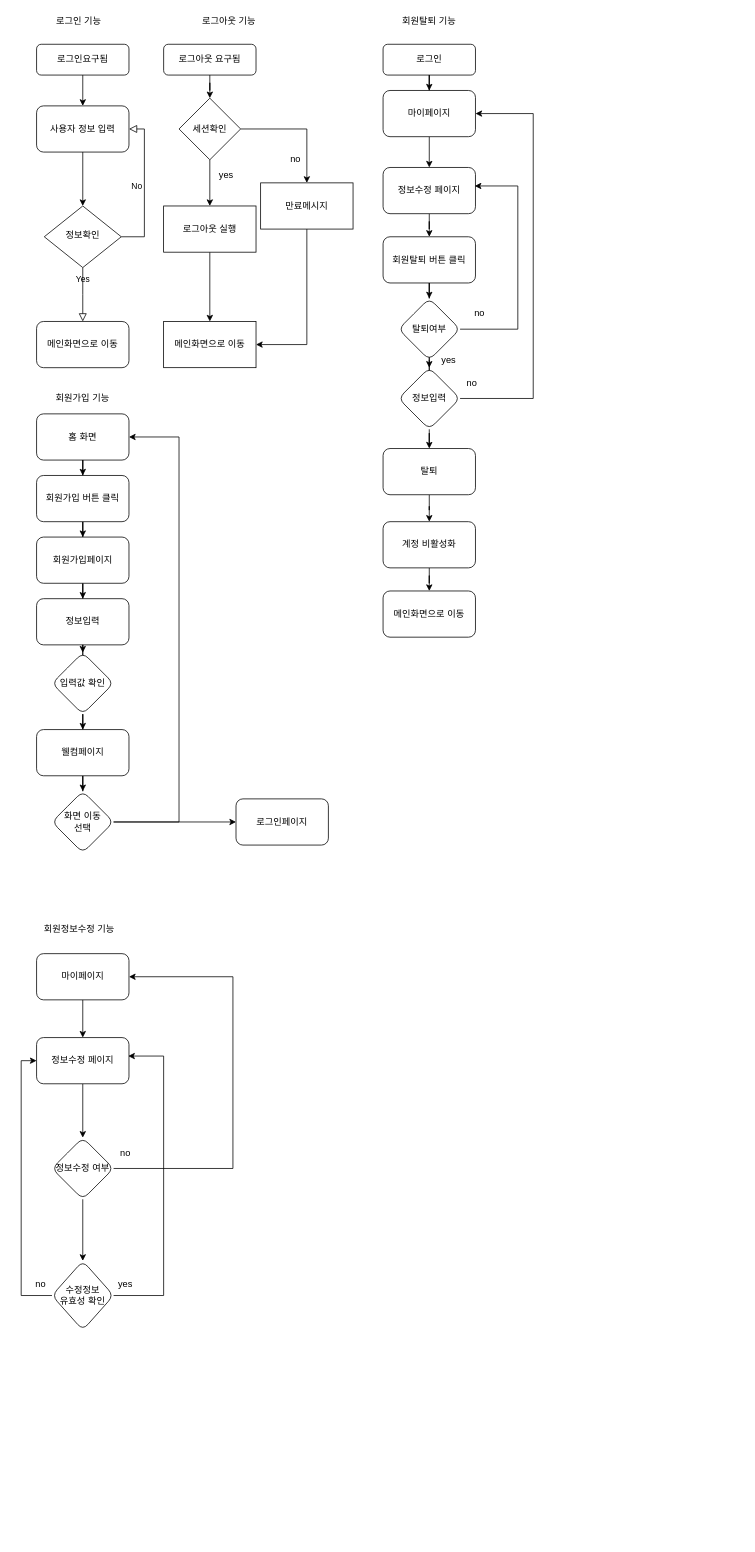
Before: Untitled Diagram.drawio in dahun428/FOR2, a draw.io diagram. Source tidied: cells renumbered, new cells numbered last; positions are measured from the earlier drawing's top-left corner, leaving out a move shared by most shapes. Both pictures are drawn from the tidied source at 77%, with x=0, y=0 at pixel (13, 13).
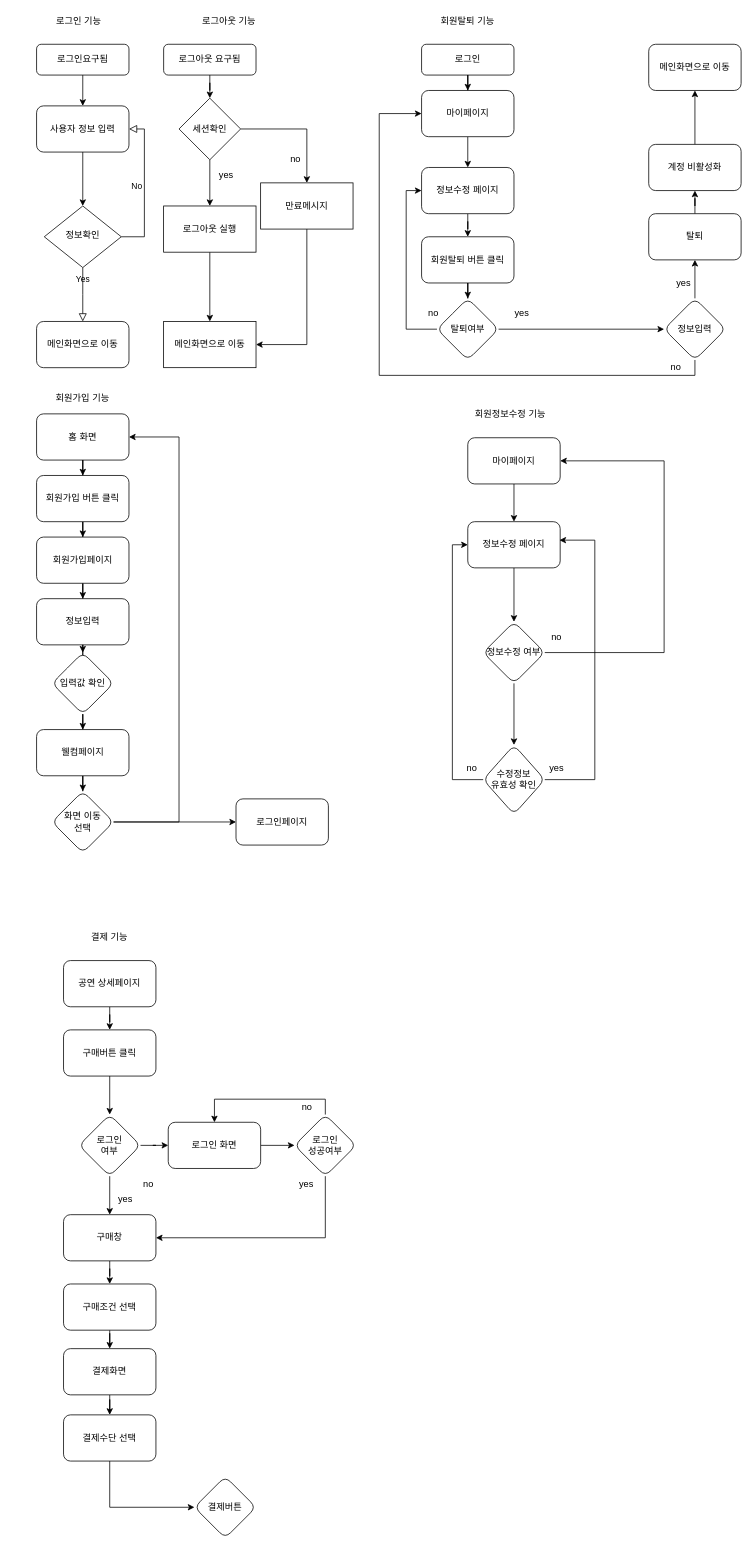
The same page after the edit.

What changed in the source:
```diff
@@
     <mxCell id="24" value="회원탈퇴 기능" style="text;html=1;strokeColor=none;fillColor=none;align=center;verticalAlign=middle;whiteSpace=wrap;rounded=0;" parent="1" vertex="1">
-      <mxGeometry x="455" width="170" height="20" as="geometry" />
+      <mxGeometry x="505" width="170" height="20" as="geometry" />
     </mxCell>
@@
     <mxCell id="26" value="로그인" style="rounded=1;whiteSpace=wrap;html=1;fontSize=12;glass=0;strokeWidth=1;shadow=0;" parent="1" vertex="1">
-      <mxGeometry x="480" y="40" width="120" height="40" as="geometry" />
+      <mxGeometry x="530" y="40" width="120" height="40" as="geometry" />
     </mxCell>
@@
     <mxCell id="28" value="마이페이지" style="whiteSpace=wrap;html=1;rounded=1;shadow=0;strokeWidth=1;glass=0;" parent="1" vertex="1">
-      <mxGeometry x="480" y="100" width="120" height="60" as="geometry" />
+      <mxGeometry x="530" y="100" width="120" height="60" as="geometry" />
     </mxCell>
@@
     <mxCell id="30" value="정보수정 페이지" style="whiteSpace=wrap;html=1;rounded=1;shadow=0;strokeWidth=1;glass=0;" parent="1" vertex="1">
-      <mxGeometry x="480" y="200" width="120" height="60" as="geometry" />
+      <mxGeometry x="530" y="200" width="120" height="60" as="geometry" />
     </mxCell>
@@
     <mxCell id="32" value="회원탈퇴 버튼 클릭" style="whiteSpace=wrap;html=1;rounded=1;shadow=0;strokeWidth=1;glass=0;" parent="1" vertex="1">
-      <mxGeometry x="480" y="290" width="120" height="60" as="geometry" />
+      <mxGeometry x="530" y="290" width="120" height="60" as="geometry" />
     </mxCell>
-    <mxCell id="33" style="edgeStyle=orthogonalEdgeStyle;rounded=0;jettySize=auto;html=1;" parent="1" edge="1" source="35" target="38">
+    <mxCell id="33" style="edgeStyle=orthogonalEdgeStyle;rounded=0;jettySize=auto;html=1;exitX=1;exitY=0.5;exitDx=0;exitDy=0;entryX=0;entryY=0.5;entryDx=0;entryDy=0;" parent="1" edge="1" source="35" target="38">
       <mxGeometry relative="1" as="geometry" />
     </mxCell>
-    <mxCell id="34" style="edgeStyle=orthogonalEdgeStyle;rounded=0;jettySize=auto;html=1;exitX=1;exitY=0.5;exitDx=0;exitDy=0;entryX=0.992;entryY=0.4;entryDx=0;entryDy=0;entryPerimeter=0;" parent="1" edge="1" source="35" target="30">
-      <mxGeometry relative="1" as="geometry">
-        <Array as="points">
-          <mxPoint x="655" y="410" />
-          <mxPoint x="655" y="224" />
-        </Array>
-      </mxGeometry>
+    <mxCell id="34" style="edgeStyle=orthogonalEdgeStyle;rounded=0;jettySize=auto;html=1;exitX=0;exitY=0.5;exitDx=0;exitDy=0;entryX=0;entryY=0.5;entryDx=0;entryDy=0;" parent="1" edge="1" source="35" target="30">
+      <mxGeometry relative="1" as="geometry" />
     </mxCell>
     <mxCell id="35" value="탈퇴여부" style="rhombus;whiteSpace=wrap;html=1;rounded=1;shadow=0;strokeWidth=1;glass=0;" parent="1" vertex="1">
-      <mxGeometry x="500" y="370" width="80" height="80" as="geometry" />
+      <mxGeometry x="550" y="370" width="80" height="80" as="geometry" />
     </mxCell>
+    <mxCell id="37" style="edgeStyle=orthogonalEdgeStyle;rounded=0;jettySize=auto;html=1;" parent="1" edge="1" source="38" target="42">
+      <mxGeometry relative="1" as="geometry" />
+    </mxCell>
-    <mxCell id="36" style="edgeStyle=orthogonalEdgeStyle;rounded=0;jettySize=auto;html=1;exitX=1;exitY=0.5;exitDx=0;exitDy=0;entryX=1;entryY=0.5;entryDx=0;entryDy=0;" parent="1" edge="1" source="38" target="28">
+    <mxCell id="36" style="edgeStyle=orthogonalEdgeStyle;rounded=0;jettySize=auto;html=1;entryX=0;entryY=0.5;entryDx=0;entryDy=0;" parent="1" edge="1" source="38" target="28">
       <mxGeometry relative="1" as="geometry">
         <Array as="points">
-          <mxPoint x="675" y="500" />
-          <mxPoint x="675" y="130" />
+          <mxPoint x="885" y="470" />
+          <mxPoint x="475" y="470" />
+          <mxPoint x="475" y="130" />
         </Array>
       </mxGeometry>
     </mxCell>
-    <mxCell id="37" style="edgeStyle=orthogonalEdgeStyle;rounded=0;jettySize=auto;html=1;" parent="1" edge="1" source="38" target="42">
-      <mxGeometry relative="1" as="geometry" />
-    </mxCell>
     <mxCell id="38" value="정보입력" style="rhombus;whiteSpace=wrap;html=1;rounded=1;shadow=0;strokeWidth=1;glass=0;" parent="1" vertex="1">
-      <mxGeometry x="500" y="460" width="80" height="80" as="geometry" />
+      <mxGeometry x="845" y="370" width="80" height="80" as="geometry" />
     </mxCell>
     <mxCell id="39" value="yes" style="text;html=1;align=center;verticalAlign=middle;" parent="1" vertex="1">
-      <mxGeometry x="550" y="440" width="30" height="20" as="geometry" />
+      <mxGeometry x="645" y="380" width="30" height="20" as="geometry" />
     </mxCell>
     <mxCell id="40" value="no" style="text;html=1;align=center;verticalAlign=middle;" parent="1" vertex="1">
-      <mxGeometry x="580" y="470" width="30" height="20" as="geometry" />
+      <mxGeometry x="530" y="380" width="30" height="20" as="geometry" />
     </mxCell>
@@
     <mxCell id="42" value="탈퇴" style="whiteSpace=wrap;html=1;rounded=1;shadow=0;strokeWidth=1;glass=0;" parent="1" vertex="1">
-      <mxGeometry x="480" y="565" width="120" height="60" as="geometry" />
+      <mxGeometry x="825" y="260" width="120" height="60" as="geometry" />
     </mxCell>
@@
     <mxCell id="44" value="계정 비활성화" style="whiteSpace=wrap;html=1;rounded=1;shadow=0;strokeWidth=1;glass=0;" parent="1" vertex="1">
-      <mxGeometry x="480" y="660" width="120" height="60" as="geometry" />
+      <mxGeometry x="825" y="170" width="120" height="60" as="geometry" />
     </mxCell>
     <mxCell id="45" value="메인화면으로 이동" style="whiteSpace=wrap;html=1;rounded=1;shadow=0;strokeWidth=1;glass=0;" parent="1" vertex="1">
-      <mxGeometry x="480" y="750" width="120" height="60" as="geometry" />
+      <mxGeometry x="825" y="40" width="120" height="60" as="geometry" />
     </mxCell>
     <mxCell id="46" value="no" style="text;html=1;align=center;verticalAlign=middle;" parent="1" vertex="1">
-      <mxGeometry x="590" y="380" width="30" height="20" as="geometry" />
+      <mxGeometry x="845" y="450" width="30" height="20" as="geometry" />
     </mxCell>
@@
     <mxCell id="65" value="마이페이지" style="rounded=1;whiteSpace=wrap;html=1;" parent="1" vertex="1">
-      <mxGeometry x="30" y="1221" width="120" height="60" as="geometry" />
+      <mxGeometry x="590" y="551" width="120" height="60" as="geometry" />
     </mxCell>
     <mxCell id="66" value="회원정보수정 기능" style="text;html=1;align=center;verticalAlign=middle;" parent="1" vertex="1">
-      <mxGeometry x="30" y="1180" width="110" height="20" as="geometry" />
+      <mxGeometry x="590" y="510" width="110" height="20" as="geometry" />
     </mxCell>
@@
     <mxCell id="68" value="정보수정 페이지" style="whiteSpace=wrap;html=1;rounded=1;" parent="1" vertex="1">
-      <mxGeometry x="30" y="1330" width="120" height="60" as="geometry" />
+      <mxGeometry x="590" y="660" width="120" height="60" as="geometry" />
     </mxCell>
     <mxCell id="69" style="edgeStyle=orthogonalEdgeStyle;rounded=0;jettySize=auto;html=1;exitX=1;exitY=0.5;exitDx=0;exitDy=0;entryX=1;entryY=0.5;entryDx=0;entryDy=0;" parent="1" edge="1" source="71" target="65">
       <mxGeometry relative="1" as="geometry">
         <Array as="points">
-          <mxPoint x="285" y="1500" />
-          <mxPoint x="285" y="1251" />
+          <mxPoint x="845" y="830" />
+          <mxPoint x="845" y="581" />
         </Array>
       </mxGeometry>
     </mxCell>
@@
     <mxCell id="71" value="정보수정 여부" style="rhombus;whiteSpace=wrap;html=1;rounded=1;" parent="1" vertex="1">
-      <mxGeometry x="50" y="1460" width="80" height="80" as="geometry" />
+      <mxGeometry x="610" y="790" width="80" height="80" as="geometry" />
     </mxCell>
     <mxCell id="72" value="no" style="text;html=1;align=center;verticalAlign=middle;" parent="1" vertex="1">
-      <mxGeometry x="130" y="1470" width="30" height="20" as="geometry" />
+      <mxGeometry x="690" y="800" width="30" height="20" as="geometry" />
     </mxCell>
@@
     <mxCell id="74" style="edgeStyle=orthogonalEdgeStyle;rounded=0;jettySize=auto;html=1;exitX=1;exitY=0.5;exitDx=0;exitDy=0;entryX=0.992;entryY=0.4;entryDx=0;entryDy=0;entryPerimeter=0;" parent="1" edge="1" source="75" target="68">
       <mxGeometry relative="1" as="geometry">
         <Array as="points">
-          <mxPoint x="195" y="1665" />
-          <mxPoint x="195" y="1354" />
+          <mxPoint x="755" y="995" />
+          <mxPoint x="755" y="684" />
         </Array>
       </mxGeometry>
     </mxCell>
     <mxCell id="75" value="수정정보&lt;br&gt;유효성 확인" style="rhombus;whiteSpace=wrap;html=1;rounded=1;" parent="1" vertex="1">
-      <mxGeometry x="50" y="1620" width="80" height="90" as="geometry" />
+      <mxGeometry x="610" y="950" width="80" height="90" as="geometry" />
     </mxCell>
     <mxCell id="76" value="no" style="text;html=1;align=center;verticalAlign=middle;" parent="1" vertex="1">
-      <mxGeometry x="20" y="1640" width="30" height="20" as="geometry" />
+      <mxGeometry x="580" y="970" width="30" height="20" as="geometry" />
     </mxCell>
     <mxCell id="77" value="yes" style="text;html=1;align=center;verticalAlign=middle;" parent="1" vertex="1">
-      <mxGeometry x="130" y="1640" width="30" height="20" as="geometry" />
+      <mxGeometry x="690" y="970" width="30" height="20" as="geometry" />
     </mxCell>
+    <mxCell id="78" value="yes" style="text;html=1;align=center;verticalAlign=middle;" parent="1" vertex="1">
+      <mxGeometry x="855" y="340" width="30" height="20" as="geometry" />
+    </mxCell>
+    <mxCell id="79" style="edgeStyle=orthogonalEdgeStyle;rounded=0;jettySize=auto;html=1;" parent="1" edge="1" source="80" target="83">
+      <mxGeometry relative="1" as="geometry" />
+    </mxCell>
+    <mxCell id="80" value="공연 상세페이지" style="rounded=1;whiteSpace=wrap;html=1;" parent="1" vertex="1">
+      <mxGeometry x="65" y="1230" width="120" height="60" as="geometry" />
+    </mxCell>
+    <mxCell id="81" value="결제 기능" style="text;html=1;strokeColor=none;fillColor=none;align=center;verticalAlign=middle;whiteSpace=wrap;rounded=0;" parent="1" vertex="1">
+      <mxGeometry x="95" y="1190" width="60" height="20" as="geometry" />
+    </mxCell>
+    <mxCell id="82" style="edgeStyle=orthogonalEdgeStyle;rounded=0;jettySize=auto;html=1;" parent="1" edge="1" source="83" target="86">
+      <mxGeometry relative="1" as="geometry" />
+    </mxCell>
+    <mxCell id="83" value="구매버튼 클릭" style="whiteSpace=wrap;html=1;rounded=1;" parent="1" vertex="1">
+      <mxGeometry x="65" y="1320" width="120" height="60" as="geometry" />
+    </mxCell>
+    <mxCell id="84" style="edgeStyle=orthogonalEdgeStyle;rounded=0;jettySize=auto;html=1;" parent="1" edge="1" source="86" target="88">
+      <mxGeometry relative="1" as="geometry" />
+    </mxCell>
+    <mxCell id="85" style="edgeStyle=orthogonalEdgeStyle;rounded=0;jettySize=auto;html=1;" parent="1" edge="1" source="86" target="91">
+      <mxGeometry relative="1" as="geometry" />
+    </mxCell>
+    <mxCell id="86" value="로그인&lt;br&gt;여부" style="rhombus;whiteSpace=wrap;html=1;rounded=1;" parent="1" vertex="1">
+      <mxGeometry x="85" y="1430" width="80" height="80" as="geometry" />
+    </mxCell>
+    <mxCell id="87" style="edgeStyle=orthogonalEdgeStyle;rounded=0;jettySize=auto;html=1;" parent="1" edge="1" source="88" target="99">
+      <mxGeometry relative="1" as="geometry" />
+    </mxCell>
+    <mxCell id="88" value="구매창" style="whiteSpace=wrap;html=1;rounded=1;" parent="1" vertex="1">
+      <mxGeometry x="65" y="1560" width="120" height="60" as="geometry" />
+    </mxCell>
+    <mxCell id="89" value="yes" style="text;html=1;align=center;verticalAlign=middle;" parent="1" vertex="1">
+      <mxGeometry x="130" y="1530" width="30" height="20" as="geometry" />
+    </mxCell>
+    <mxCell id="90" style="edgeStyle=orthogonalEdgeStyle;rounded=0;jettySize=auto;html=1;" parent="1" edge="1" source="91" target="94">
+      <mxGeometry relative="1" as="geometry" />
+    </mxCell>
+    <mxCell id="91" value="로그인 화면" style="whiteSpace=wrap;html=1;rounded=1;" parent="1" vertex="1">
+      <mxGeometry x="201" y="1440" width="120" height="60" as="geometry" />
+    </mxCell>
+    <mxCell id="92" style="edgeStyle=orthogonalEdgeStyle;rounded=0;jettySize=auto;html=1;entryX=1;entryY=0.5;entryDx=0;entryDy=0;" parent="1" edge="1" source="94" target="88">
+      <mxGeometry relative="1" as="geometry">
+        <Array as="points">
+          <mxPoint x="405" y="1590" />
+        </Array>
+      </mxGeometry>
+    </mxCell>
+    <mxCell id="93" style="edgeStyle=orthogonalEdgeStyle;rounded=0;jettySize=auto;html=1;exitX=0.5;exitY=0;exitDx=0;exitDy=0;entryX=0.5;entryY=0;entryDx=0;entryDy=0;" parent="1" edge="1" source="94" target="91">
+      <mxGeometry relative="1" as="geometry" />
+    </mxCell>
+    <mxCell id="94" value="로그인&lt;br&gt;성공여부" style="rhombus;whiteSpace=wrap;html=1;rounded=1;" parent="1" vertex="1">
+      <mxGeometry x="365" y="1430" width="80" height="80" as="geometry" />
+    </mxCell>
+    <mxCell id="95" value="yes&lt;br&gt;" style="text;html=1;align=center;verticalAlign=middle;" parent="1" vertex="1">
+      <mxGeometry x="365" y="1510" width="30" height="20" as="geometry" />
+    </mxCell>
+    <mxCell id="96" value="no" style="text;html=1;align=center;verticalAlign=middle;" parent="1" vertex="1">
+      <mxGeometry x="160" y="1510" width="30" height="20" as="geometry" />
+    </mxCell>
+    <mxCell id="97" value="no" style="text;html=1;align=center;verticalAlign=middle;" parent="1" vertex="1">
+      <mxGeometry x="366" y="1410" width="30" height="20" as="geometry" />
+    </mxCell>
+    <mxCell id="98" style="edgeStyle=orthogonalEdgeStyle;rounded=0;jettySize=auto;html=1;" parent="1" edge="1" source="99" target="101">
+      <mxGeometry relative="1" as="geometry" />
+    </mxCell>
+    <mxCell id="99" value="구매조건 선택" style="whiteSpace=wrap;html=1;rounded=1;" parent="1" vertex="1">
+      <mxGeometry x="65" y="1650" width="120" height="60" as="geometry" />
+    </mxCell>
+    <mxCell id="100" style="edgeStyle=orthogonalEdgeStyle;rounded=0;jettySize=auto;html=1;" parent="1" edge="1" source="101" target="103">
+      <mxGeometry relative="1" as="geometry" />
+    </mxCell>
+    <mxCell id="101" value="결제화면" style="whiteSpace=wrap;html=1;rounded=1;" parent="1" vertex="1">
+      <mxGeometry x="65" y="1734" width="120" height="60" as="geometry" />
+    </mxCell>
+    <mxCell id="102" style="edgeStyle=orthogonalEdgeStyle;rounded=0;jettySize=auto;html=1;" parent="1" edge="1" source="103" target="104">
+      <mxGeometry relative="1" as="geometry">
+        <Array as="points">
+          <mxPoint x="125" y="1940" />
+        </Array>
+      </mxGeometry>
+    </mxCell>
+    <mxCell id="103" value="결제수단 선택" style="whiteSpace=wrap;html=1;rounded=1;" parent="1" vertex="1">
+      <mxGeometry x="65" y="1820" width="120" height="60" as="geometry" />
+    </mxCell>
+    <mxCell id="104" value="결제버튼" style="rhombus;whiteSpace=wrap;html=1;rounded=1;" parent="1" vertex="1">
+      <mxGeometry x="235" y="1900" width="80" height="80" as="geometry" />
+    </mxCell>
```
